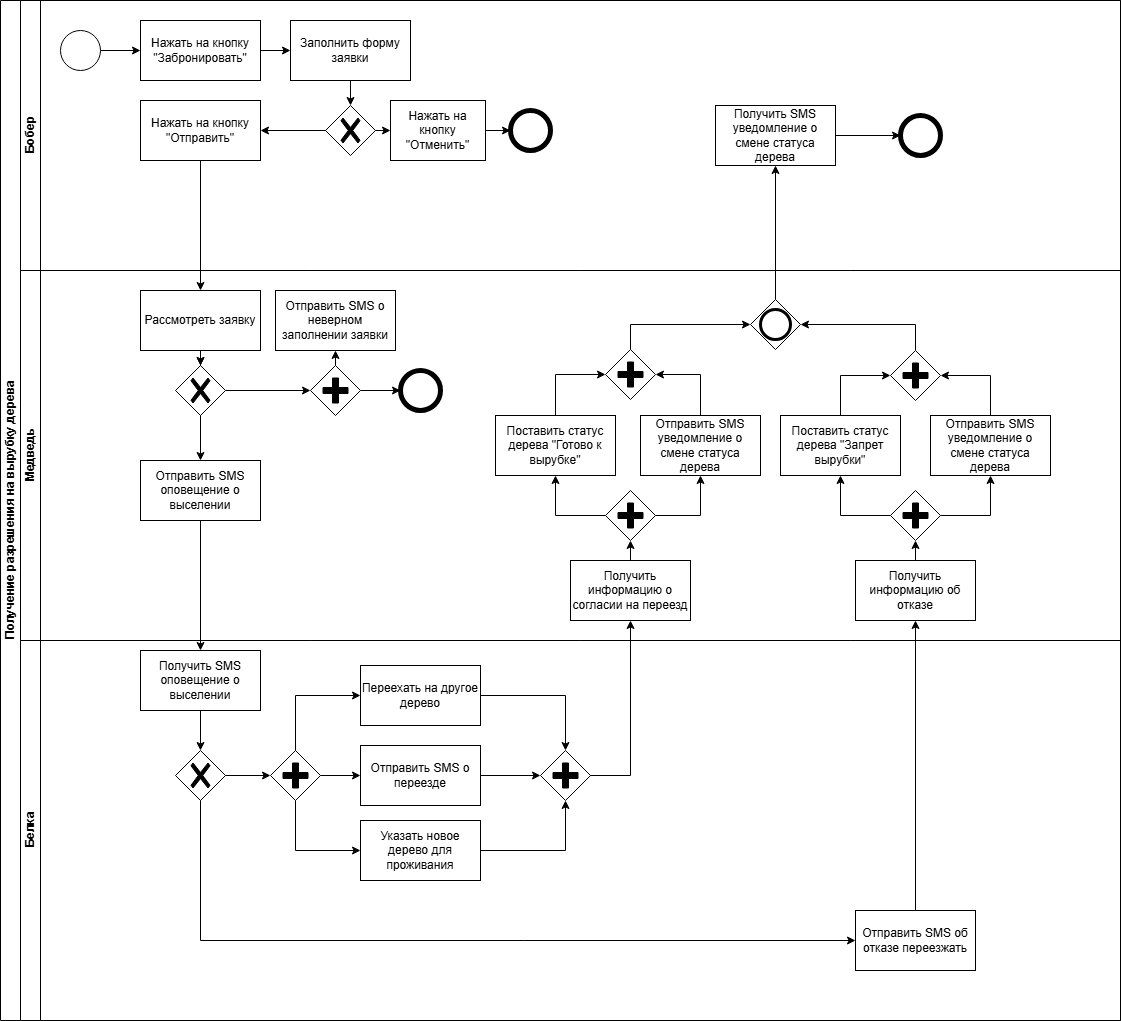
This is Задача про бобров.drawio.png from pytonuserouner/UML_study, a draw.io export, as it was before one commit. Source tidied: cells renumbered, new cells last; positions are measured from the earlier drawing's top-left corner, leaving out a move shared by most shapes.
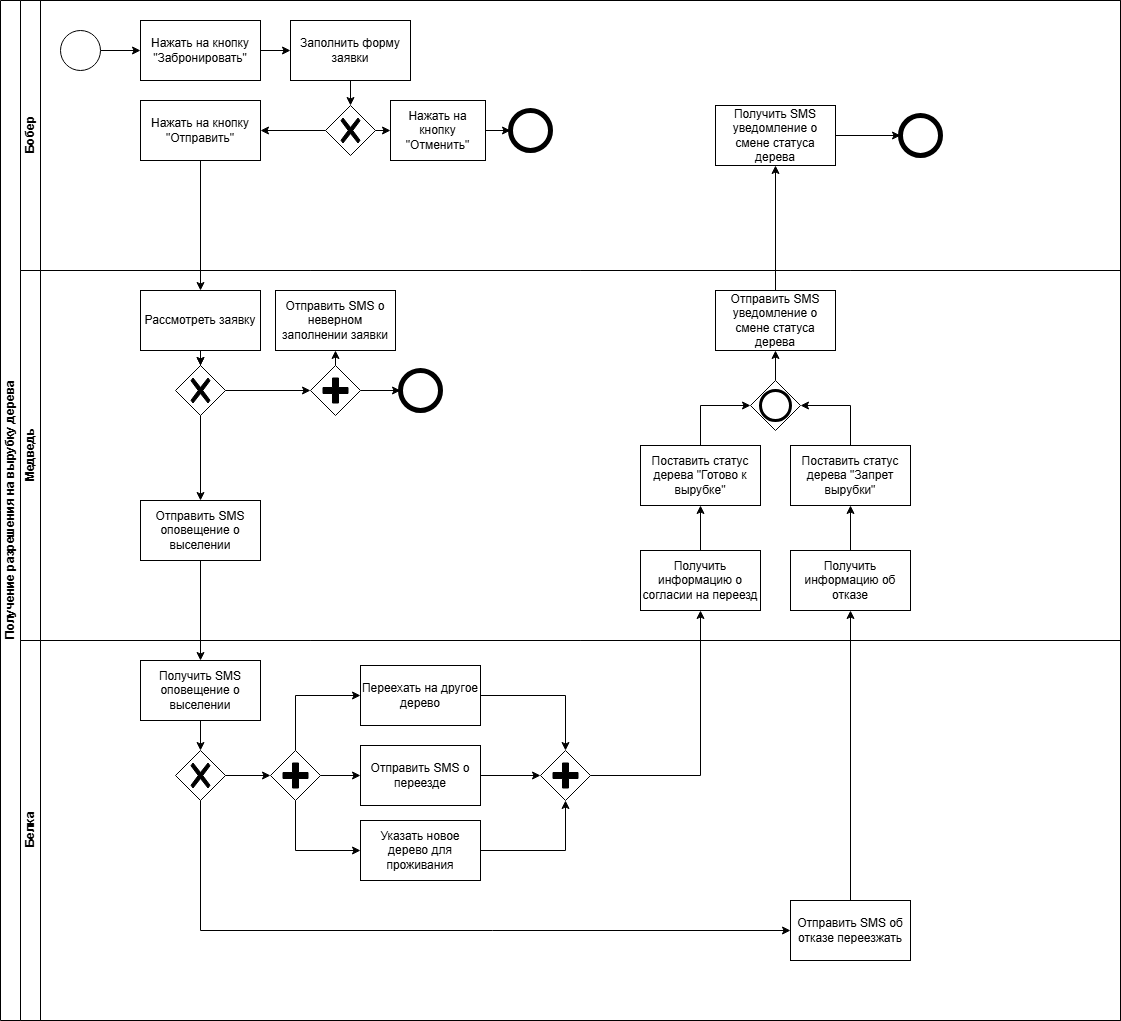
The same diagram one commit later.

Change to the diagram source:
```diff
@@ -96,85 +96,49 @@
       <mxGeometry relative="1" as="geometry" />
     </mxCell>
     <mxCell id="33" value="Отправить SMS оповещение о выселении" style="rounded=0;whiteSpace=wrap;html=1;fontFamily=Helvetica;fontSize=12;fontColor=#000000;align=center;" parent="22" vertex="1">
-      <mxGeometry x="120" y="190" width="120" height="60" as="geometry" />
+      <mxGeometry x="120" y="230" width="120" height="60" as="geometry" />
     </mxCell>
     <mxCell id="34" value="Получить информацию о согласии на переезд" style="rounded=0;whiteSpace=wrap;html=1;fontFamily=Helvetica;fontSize=12;fontColor=#000000;align=center;" parent="22" vertex="1">
-      <mxGeometry x="550" y="290" width="120" height="60" as="geometry" />
+      <mxGeometry x="620" y="280" width="120" height="60" as="geometry" />
     </mxCell>
     <mxCell id="35" style="endArrow=classic;html=1;rounded=0;exitX=0.5;exitY=1;exitDx=0;exitDy=0;exitPerimeter=0;entryX=0.5;entryY=0;entryDx=0;entryDy=0;" parent="22" edge="1" source="25" target="33">
       <mxGeometry relative="1" as="geometry" />
     </mxCell>
     <mxCell id="36" value="Поставить статус дерева &quot;Готово к вырубке&quot;" style="rounded=0;whiteSpace=wrap;html=1;fontFamily=Helvetica;fontSize=12;fontColor=#000000;align=center;" parent="22" vertex="1">
-      <mxGeometry x="475" y="145" width="120" height="60" as="geometry" />
+      <mxGeometry x="620" y="175" width="120" height="60" as="geometry" />
     </mxCell>
-    <mxCell id="37" value="Отправить SMS уведомление о смене статуса дерева" style="rounded=0;whiteSpace=wrap;html=1;fontFamily=Helvetica;fontSize=12;fontColor=#000000;align=center;" parent="22" vertex="1">
-      <mxGeometry x="620" y="145" width="120" height="60" as="geometry" />
-    </mxCell>
-    <mxCell id="38" style="points=[[0.25,0.25,0],[0.5,0,0],[0.75,0.25,0],[1,0.5,0],[0.75,0.75,0],[0.5,1,0],[0.25,0.75,0],[0,0.5,0]];shape=mxgraph.bpmn.gateway2;html=1;verticalLabelPosition=bottom;labelBackgroundColor=#ffffff;verticalAlign=top;align=center;perimeter=rhombusPerimeter;outlineConnect=0;outline=none;symbol=none;gwType=parallel;" parent="22" vertex="1">
-      <mxGeometry x="585" y="220" width="50" height="50" as="geometry" />
-    </mxCell>
-    <mxCell id="39" style="points=[[0.25,0.25,0],[0.5,0,0],[0.75,0.25,0],[1,0.5,0],[0.75,0.75,0],[0.5,1,0],[0.25,0.75,0],[0,0.5,0]];shape=mxgraph.bpmn.gateway2;html=1;verticalLabelPosition=bottom;labelBackgroundColor=#ffffff;verticalAlign=top;align=center;perimeter=rhombusPerimeter;outlineConnect=0;outline=none;symbol=none;gwType=parallel;" parent="22" vertex="1">
-      <mxGeometry x="585" y="79" width="50" height="50" as="geometry" />
-    </mxCell>
-    <mxCell id="40" style="endArrow=classic;html=1;rounded=0;entryX=0.5;entryY=1;entryDx=0;entryDy=0;entryPerimeter=0;exitX=0.5;exitY=0;exitDx=0;exitDy=0;" parent="22" edge="1" source="34" target="38">
-      <mxGeometry relative="1" as="geometry" />
-    </mxCell>
-    <mxCell id="41" style="endArrow=classic;html=1;rounded=0;exitX=1;exitY=0.5;exitDx=0;exitDy=0;exitPerimeter=0;entryX=0.5;entryY=1;entryDx=0;entryDy=0;edgeStyle=orthogonalEdgeStyle;" parent="22" edge="1" source="38" target="37">
-      <mxGeometry relative="1" as="geometry" />
-    </mxCell>
-    <mxCell id="42" style="endArrow=classic;html=1;rounded=0;exitX=0;exitY=0.5;exitDx=0;exitDy=0;exitPerimeter=0;entryX=0.5;entryY=1;entryDx=0;entryDy=0;edgeStyle=orthogonalEdgeStyle;" parent="22" edge="1" source="38" target="36">
-      <mxGeometry relative="1" as="geometry" />
-    </mxCell>
-    <mxCell id="43" style="endArrow=classic;html=1;rounded=0;exitX=0.5;exitY=0;exitDx=0;exitDy=0;entryX=0;entryY=0.5;entryDx=0;entryDy=0;entryPerimeter=0;edgeStyle=orthogonalEdgeStyle;" parent="22" edge="1" source="36" target="39">
-      <mxGeometry relative="1" as="geometry" />
-    </mxCell>
-    <mxCell id="44" style="endArrow=classic;html=1;rounded=0;entryX=1;entryY=0.5;entryDx=0;entryDy=0;entryPerimeter=0;exitX=0.5;exitY=0;exitDx=0;exitDy=0;edgeStyle=orthogonalEdgeStyle;" parent="22" edge="1" source="37" target="39">
-      <mxGeometry relative="1" as="geometry" />
-    </mxCell>
     <mxCell id="45" value="Получить информацию об отказе" style="rounded=0;whiteSpace=wrap;html=1;fontFamily=Helvetica;fontSize=12;fontColor=#000000;align=center;" parent="22" vertex="1">
-      <mxGeometry x="835" y="290" width="120" height="60" as="geometry" />
+      <mxGeometry x="770" y="280" width="120" height="60" as="geometry" />
     </mxCell>
     <mxCell id="46" value="Поставить статус дерева &quot;Запрет вырубки&quot;" style="rounded=0;whiteSpace=wrap;html=1;fontFamily=Helvetica;fontSize=12;fontColor=#000000;align=center;" parent="22" vertex="1">
-      <mxGeometry x="760" y="145" width="120" height="60" as="geometry" />
+      <mxGeometry x="770" y="175" width="120" height="60" as="geometry" />
     </mxCell>
-    <mxCell id="47" style="endArrow=classic;html=1;rounded=0;exitX=0.5;exitY=0;exitDx=0;exitDy=0;entryX=0.5;entryY=1;entryDx=0;entryDy=0;entryPerimeter=0;" parent="22" edge="1" source="45" target="48">
-      <mxGeometry relative="1" as="geometry" />
-    </mxCell>
-    <mxCell id="48" style="points=[[0.25,0.25,0],[0.5,0,0],[0.75,0.25,0],[1,0.5,0],[0.75,0.75,0],[0.5,1,0],[0.25,0.75,0],[0,0.5,0]];shape=mxgraph.bpmn.gateway2;html=1;verticalLabelPosition=bottom;labelBackgroundColor=#ffffff;verticalAlign=top;align=center;perimeter=rhombusPerimeter;outlineConnect=0;outline=none;symbol=none;gwType=parallel;" parent="22" vertex="1">
-      <mxGeometry x="870" y="220" width="50" height="50" as="geometry" />
-    </mxCell>
     <mxCell id="49" value="Отправить SMS уведомление о смене статуса дерева" style="rounded=0;whiteSpace=wrap;html=1;fontFamily=Helvetica;fontSize=12;fontColor=#000000;align=center;" parent="22" vertex="1">
-      <mxGeometry x="910" y="145" width="120" height="60" as="geometry" />
+      <mxGeometry x="695" y="20" width="120" height="60" as="geometry" />
     </mxCell>
-    <mxCell id="50" style="points=[[0.25,0.25,0],[0.5,0,0],[0.75,0.25,0],[1,0.5,0],[0.75,0.75,0],[0.5,1,0],[0.25,0.75,0],[0,0.5,0]];shape=mxgraph.bpmn.gateway2;html=1;verticalLabelPosition=bottom;labelBackgroundColor=#ffffff;verticalAlign=top;align=center;perimeter=rhombusPerimeter;outlineConnect=0;outline=none;symbol=none;gwType=parallel;" parent="22" vertex="1">
-      <mxGeometry x="870" y="80" width="50" height="50" as="geometry" />
-    </mxCell>
-    <mxCell id="51" style="endArrow=classic;html=1;rounded=0;exitX=0;exitY=0.5;exitDx=0;exitDy=0;exitPerimeter=0;entryX=0.5;entryY=1;entryDx=0;entryDy=0;edgeStyle=orthogonalEdgeStyle;" parent="22" edge="1" source="48" target="46">
-      <mxGeometry relative="1" as="geometry" />
-    </mxCell>
-    <mxCell id="52" style="endArrow=classic;html=1;rounded=0;exitX=1;exitY=0.5;exitDx=0;exitDy=0;exitPerimeter=0;entryX=0.5;entryY=1;entryDx=0;entryDy=0;edgeStyle=orthogonalEdgeStyle;" parent="22" edge="1" source="48" target="49">
-      <mxGeometry relative="1" as="geometry" />
-    </mxCell>
-    <mxCell id="53" style="endArrow=classic;html=1;rounded=0;exitX=0.5;exitY=0;exitDx=0;exitDy=0;entryX=0;entryY=0.5;entryDx=0;entryDy=0;entryPerimeter=0;edgeStyle=orthogonalEdgeStyle;" parent="22" edge="1" source="46" target="50">
-      <mxGeometry relative="1" as="geometry" />
-    </mxCell>
-    <mxCell id="54" style="endArrow=classic;html=1;rounded=0;exitX=0.5;exitY=0;exitDx=0;exitDy=0;entryX=1;entryY=0.5;entryDx=0;entryDy=0;entryPerimeter=0;edgeStyle=orthogonalEdgeStyle;" parent="22" edge="1" source="49" target="50">
-      <mxGeometry relative="1" as="geometry" />
-    </mxCell>
-    <mxCell id="55" style="points=[[0.25,0.25,0],[0.5,0,0],[0.75,0.25,0],[1,0.5,0],[0.75,0.75,0],[0.5,1,0],[0.25,0.75,0],[0,0.5,0]];shape=mxgraph.bpmn.gateway2;html=1;verticalLabelPosition=bottom;labelBackgroundColor=#ffffff;verticalAlign=top;align=center;perimeter=rhombusPerimeter;outlineConnect=0;outline=end;symbol=general;" parent="22" vertex="1">
-      <mxGeometry x="730" y="29" width="50" height="50" as="geometry" />
-    </mxCell>
-    <mxCell id="56" style="endArrow=classic;html=1;rounded=0;exitX=0.5;exitY=0;exitDx=0;exitDy=0;exitPerimeter=0;entryX=0;entryY=0.5;entryDx=0;entryDy=0;entryPerimeter=0;edgeStyle=orthogonalEdgeStyle;" parent="22" edge="1" source="39" target="55">
-      <mxGeometry relative="1" as="geometry" />
-    </mxCell>
-    <mxCell id="57" style="endArrow=classic;html=1;rounded=0;exitX=0.5;exitY=0;exitDx=0;exitDy=0;exitPerimeter=0;entryX=1;entryY=0.5;entryDx=0;entryDy=0;entryPerimeter=0;edgeStyle=orthogonalEdgeStyle;" parent="22" edge="1" source="50" target="55">
-      <mxGeometry relative="1" as="geometry" />
-    </mxCell>
+    <mxCell id="79" style="points=[[0.25,0.25,0],[0.5,0,0],[0.75,0.25,0],[1,0.5,0],[0.75,0.75,0],[0.5,1,0],[0.25,0.75,0],[0,0.5,0]];shape=mxgraph.bpmn.gateway2;html=1;verticalLabelPosition=bottom;labelBackgroundColor=#ffffff;verticalAlign=top;align=center;perimeter=rhombusPerimeter;outlineConnect=0;outline=end;symbol=general;" parent="22" vertex="1">
+      <mxGeometry x="730" y="110" width="50" height="50" as="geometry" />
+    </mxCell>
+    <mxCell id="80" style="endArrow=classic;html=1;rounded=0;exitX=0.5;exitY=0;exitDx=0;exitDy=0;entryX=0.5;entryY=1;entryDx=0;entryDy=0;edgeStyle=orthogonalEdgeStyle;" parent="22" edge="1" source="34" target="36">
+      <mxGeometry relative="1" as="geometry" />
+    </mxCell>
+    <mxCell id="81" style="endArrow=classic;html=1;rounded=0;exitX=0.5;exitY=0;exitDx=0;exitDy=0;entryX=0.5;entryY=1;entryDx=0;entryDy=0;edgeStyle=orthogonalEdgeStyle;" parent="22" edge="1" source="45" target="46">
+      <mxGeometry relative="1" as="geometry" />
+    </mxCell>
+    <mxCell id="82" style="endArrow=classic;html=1;rounded=0;exitX=0.5;exitY=0;exitDx=0;exitDy=0;entryX=0;entryY=0.5;entryDx=0;entryDy=0;entryPerimeter=0;edgeStyle=orthogonalEdgeStyle;" parent="22" edge="1" source="36" target="79">
+      <mxGeometry relative="1" as="geometry" />
+    </mxCell>
+    <mxCell id="83" style="endArrow=classic;html=1;rounded=0;exitX=0.5;exitY=0;exitDx=0;exitDy=0;entryX=1;entryY=0.5;entryDx=0;entryDy=0;entryPerimeter=0;edgeStyle=orthogonalEdgeStyle;" parent="22" edge="1" source="46" target="79">
+      <mxGeometry relative="1" as="geometry" />
+    </mxCell>
+    <mxCell id="84" style="endArrow=classic;html=1;rounded=0;exitX=0.5;exitY=0;exitDx=0;exitDy=0;exitPerimeter=0;entryX=0.5;entryY=1;entryDx=0;entryDy=0;" parent="22" edge="1" source="79" target="49">
+      <mxGeometry relative="1" as="geometry" />
+    </mxCell>
     <mxCell id="58" value="Белка" style="swimlane;html=1;startSize=20;horizontal=0;" parent="2" vertex="1">
       <mxGeometry x="20" y="640" width="1100" height="380" as="geometry" />
     </mxCell>
     <mxCell id="59" value="Получить SMS оповещение о выселении" style="rounded=0;whiteSpace=wrap;html=1;fontFamily=Helvetica;fontSize=12;fontColor=#000000;align=center;" parent="58" vertex="1">
-      <mxGeometry x="120" y="10" width="120" height="60" as="geometry" />
+      <mxGeometry x="120" y="20" width="120" height="60" as="geometry" />
     </mxCell>
     <mxCell id="60" style="points=[[0.25,0.25,0],[0.5,0,0],[0.75,0.25,0],[1,0.5,0],[0.75,0.75,0],[0.5,1,0],[0.25,0.75,0],[0,0.5,0]];shape=mxgraph.bpmn.gateway2;html=1;verticalLabelPosition=bottom;labelBackgroundColor=#ffffff;verticalAlign=top;align=center;perimeter=rhombusPerimeter;outlineConnect=0;outline=none;symbol=none;gwType=exclusive;" parent="58" vertex="1">
       <mxGeometry x="155" y="110" width="50" height="50" as="geometry" />
@@ -195,7 +159,7 @@
       <mxGeometry x="520" y="110" width="50" height="50" as="geometry" />
     </mxCell>
     <mxCell id="66" value="Отправить SMS об отказе переезжать" style="rounded=0;whiteSpace=wrap;html=1;fontFamily=Helvetica;fontSize=12;fontColor=#000000;align=center;" parent="58" vertex="1">
-      <mxGeometry x="835" y="270" width="120" height="60" as="geometry" />
+      <mxGeometry x="770" y="260" width="120" height="60" as="geometry" />
     </mxCell>
     <mxCell id="67" style="endArrow=classic;html=1;rounded=0;exitX=1;exitY=0.5;exitDx=0;exitDy=0;exitPerimeter=0;entryX=0;entryY=0.5;entryDx=0;entryDy=0;entryPerimeter=0;" parent="58" edge="1" source="60" target="64">
       <mxGeometry relative="1" as="geometry" />
@@ -230,7 +194,7 @@
     <mxCell id="77" style="endArrow=classic;html=1;rounded=0;exitX=0.5;exitY=0;exitDx=0;exitDy=0;entryX=0.5;entryY=1;entryDx=0;entryDy=0;" parent="2" edge="1" source="66" target="45">
       <mxGeometry relative="1" as="geometry" />
     </mxCell>
-    <mxCell id="78" style="endArrow=classic;html=1;rounded=0;entryX=0.5;entryY=1;entryDx=0;entryDy=0;exitX=0.5;exitY=0;exitDx=0;exitDy=0;exitPerimeter=0;" parent="2" edge="1" source="55" target="15">
+    <mxCell id="78" style="endArrow=classic;html=1;rounded=0;entryX=0.5;entryY=1;entryDx=0;entryDy=0;exitX=0.5;exitY=0;exitDx=0;exitDy=0;" parent="2" edge="1" source="49" target="15">
       <mxGeometry relative="1" as="geometry" />
     </mxCell>
   </root>
```
